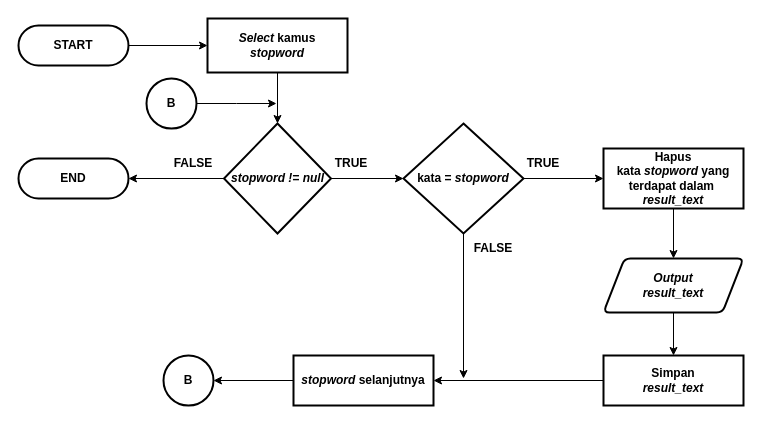
This is Dokumen TA/Paper/Flowchart/Flowchart proses stopword.drawio from muspriandi/TextMining-SentimentAnalysis, a draw.io file, before an edit. Source tidied: cells renumbered, new cells numbered last; positions are measured from the earlier drawing's top-left corner, leaving out a move shared by most shapes. Both pictures are drawn from the tidied source at 100%, with x=0, y=0 at pixel (18, 18).
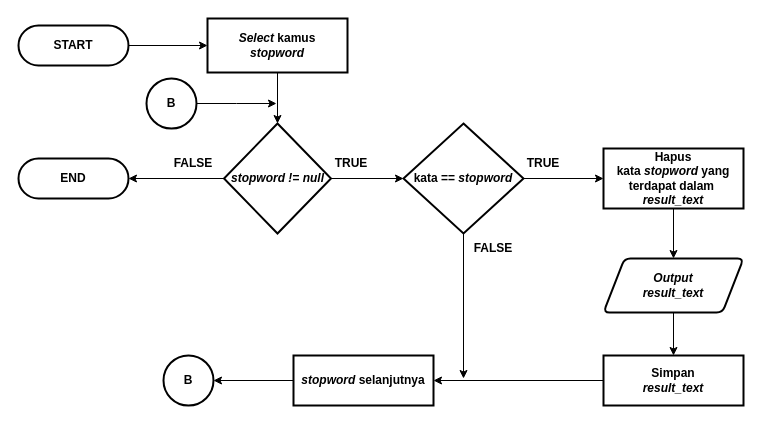
The same page after the edit.

The edit, as a diff of the source:
```diff
@@
-    <mxCell id="13" value="&lt;b style=&quot;font-family: &amp;#34;helvetica&amp;#34;&quot;&gt;kata =&amp;nbsp;&lt;/b&gt;&lt;b style=&quot;font-family: &amp;#34;helvetica&amp;#34;&quot;&gt;&lt;i&gt;stopword&lt;/i&gt;&lt;/b&gt;" style="strokeWidth=2;html=1;shape=mxgraph.flowchart.decision;whiteSpace=wrap;rounded=1;align=center;fontStyle=1;" parent="1" vertex="1">
+    <mxCell id="13" value="&lt;b style=&quot;font-family: &amp;#34;helvetica&amp;#34;&quot;&gt;kata ==&amp;nbsp;&lt;/b&gt;&lt;b style=&quot;font-family: &amp;#34;helvetica&amp;#34;&quot;&gt;&lt;i&gt;stopword&lt;/i&gt;&lt;/b&gt;" style="strokeWidth=2;html=1;shape=mxgraph.flowchart.decision;whiteSpace=wrap;rounded=1;align=center;fontStyle=1;" parent="1" vertex="1">
       <mxGeometry x="385" y="105" width="120" height="110" as="geometry" />
     </mxCell>
```
